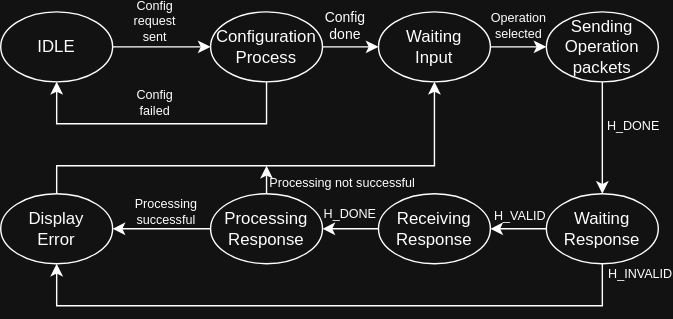
This is images/diagrams_flow_config/RCP_CL_flow.drawio.svg from gsg211/Coconut, a draw.io export, as it was before one commit. Source tidied: cells renumbered, new cells last; positions are measured from the earlier drawing's top-left corner, leaving out a move shared by most shapes.
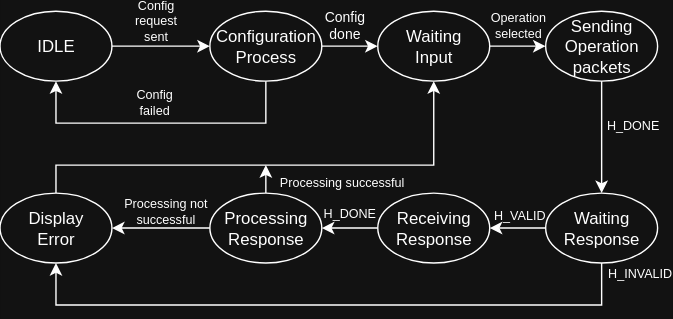
The same file after the commit.

Commit message:
updated readme - fixed client flow, removed data len from UDP

Change to the diagram source:
```diff
@@ -60,7 +60,7 @@
     <mxCell id="16" style="edgeStyle=orthogonalEdgeStyle;rounded=0;jettySize=auto;html=1;" parent="1" edge="1" source="18" target="13">
       <mxGeometry relative="1" as="geometry" />
     </mxCell>
-    <mxCell id="17" value="Processing&lt;div&gt;successful&lt;/div&gt;" style="edgeLabel;html=1;align=center;verticalAlign=middle;fontSize=9;labelBackgroundColor=none;" parent="16" vertex="1">
+    <mxCell id="17" value="Processing not&lt;div&gt;successful&lt;/div&gt;" style="edgeLabel;html=1;align=center;verticalAlign=middle;fontSize=9;labelBackgroundColor=none;" parent="16" vertex="1">
       <mxGeometry x="-0.39" relative="1" as="geometry">
         <mxPoint x="-11" y="-12" as="offset" />
       </mxGeometry>
@@ -123,7 +123,7 @@
         <mxPoint x="190" y="110" as="targetPoint" />
       </mxGeometry>
     </mxCell>
-    <mxCell id="30" value="Processing not successful" style="edgeLabel;html=1;align=center;verticalAlign=middle;fontSize=9;labelBackgroundColor=none;" parent="29" vertex="1">
+    <mxCell id="30" value="Processing successful" style="edgeLabel;html=1;align=center;verticalAlign=middle;fontSize=9;labelBackgroundColor=none;" parent="29" vertex="1">
       <mxGeometry x="-0.36" y="-1" relative="1" as="geometry">
         <mxPoint x="53" y="-1" as="offset" />
       </mxGeometry>
```
